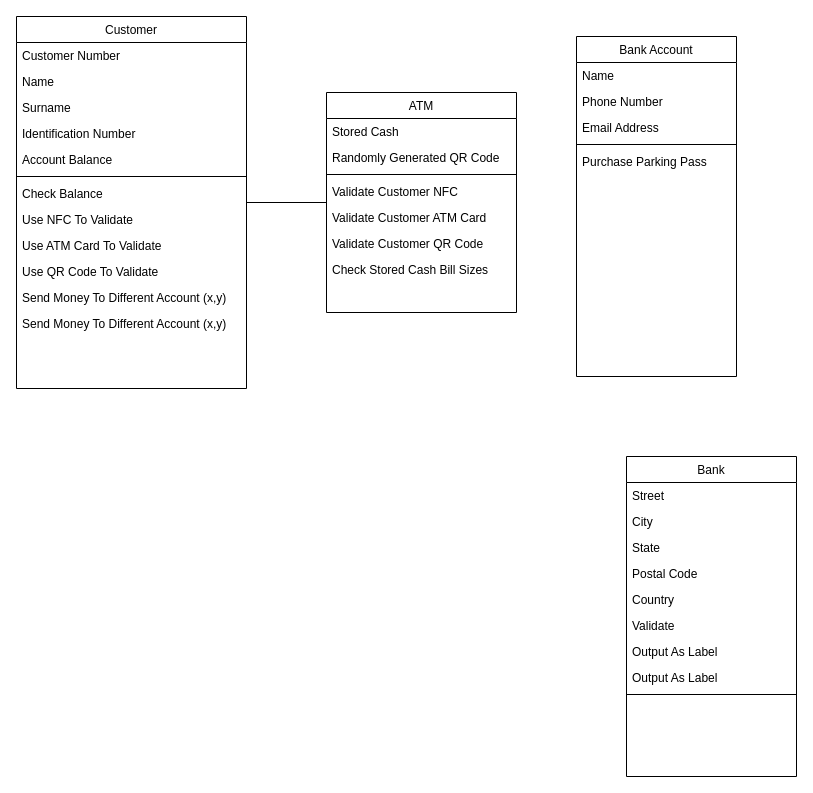
Earlier version of the draw.io diagram ClassDiagram.drawio (Theobourne/diagramsCS308). Source tidied: cells renumbered, new cells numbered last; positions are measured from the earlier drawing's top-left corner, leaving out a move shared by most shapes. Both pictures are drawn from the tidied source at 100%, with x=0, y=0 at pixel (16, 16).
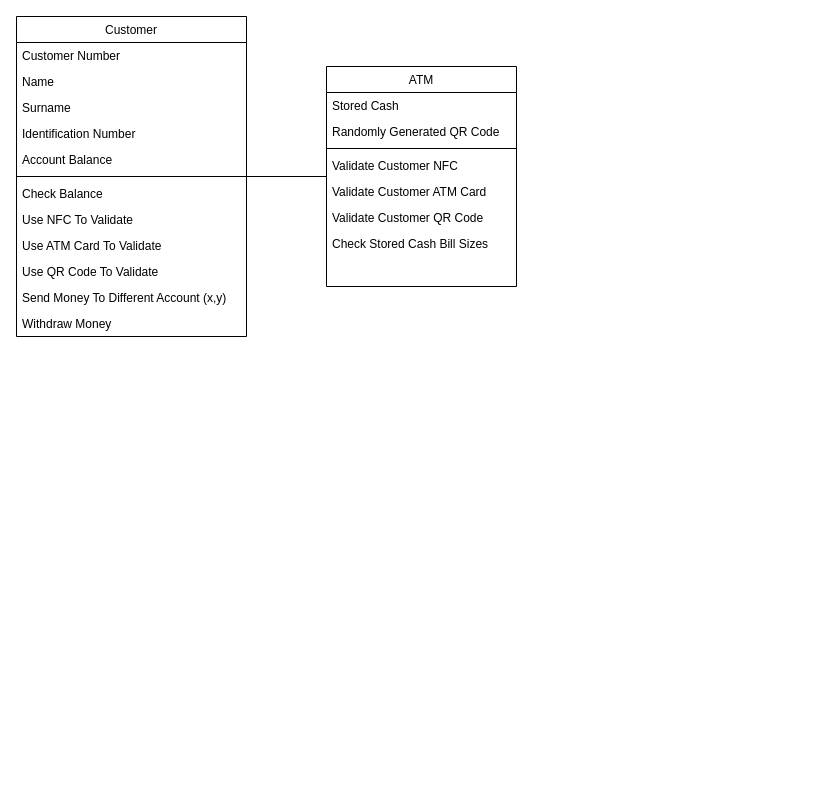
The same diagram, later.

Diff of the diagram source:
```diff
@@
-    <mxCell id="2" value="Bank Account" style="swimlane;fontStyle=0;align=center;verticalAlign=top;horizontal=1;startSize=26;rounded=0;shadow=0;strokeWidth=1;" parent="1" vertex="1">
-      <mxGeometry x="560" y="20" width="160" height="340" as="geometry" />
-    </mxCell>
-    <mxCell id="3" value="Name" style="text;align=left;verticalAlign=top;spacingLeft=4;spacingRight=4;overflow=hidden;" parent="2" vertex="1">
-      <mxGeometry y="26" width="160" height="26" as="geometry" />
-    </mxCell>
-    <mxCell id="4" value="Phone Number" style="text;align=left;verticalAlign=top;spacingLeft=4;spacingRight=4;overflow=hidden;rounded=0;shadow=0;html=0;" parent="2" vertex="1">
-      <mxGeometry y="52" width="160" height="26" as="geometry" />
-    </mxCell>
-    <mxCell id="5" value="Email Address" style="text;align=left;verticalAlign=top;spacingLeft=4;spacingRight=4;overflow=hidden;rounded=0;shadow=0;html=0;" parent="2" vertex="1">
-      <mxGeometry y="78" width="160" height="26" as="geometry" />
-    </mxCell>
-    <mxCell id="6" style="line;html=1;strokeWidth=1;align=left;verticalAlign=middle;spacingTop=-1;spacingLeft=3;spacingRight=3;labelPosition=right;" parent="2" vertex="1">
-      <mxGeometry y="104" width="160" height="8" as="geometry" />
-    </mxCell>
-    <mxCell id="7" value="Purchase Parking Pass" style="text;align=left;verticalAlign=top;spacingLeft=4;spacingRight=4;overflow=hidden;" parent="2" vertex="1">
-      <mxGeometry y="112" width="160" height="138" as="geometry" />
-    </mxCell>
     <mxCell id="8" value="Customer" style="swimlane;fontStyle=0;align=center;verticalAlign=top;horizontal=1;startSize=26;rounded=0;shadow=0;strokeWidth=1;" parent="1" vertex="1">
-      <mxGeometry width="230" height="372" as="geometry" />
+      <mxGeometry width="230" height="320" as="geometry" />
     </mxCell>
@@
-    <mxCell id="20" value="Send Money To Different Account (x,y)" style="text;align=left;verticalAlign=top;spacingLeft=4;spacingRight=4;overflow=hidden;" parent="8" vertex="1">
-      <mxGeometry y="294" width="230" height="26" as="geometry" />
-    </mxCell>
+    <mxCell id="40" value="Withdraw Money" style="text;align=left;verticalAlign=top;spacingLeft=4;spacingRight=4;overflow=hidden;" parent="8" vertex="1">
+      <mxGeometry y="294" width="230" height="26" as="geometry" />
+    </mxCell>
     <mxCell id="21" value="ATM" style="swimlane;fontStyle=0;align=center;verticalAlign=top;horizontal=1;startSize=26;rounded=0;shadow=0;strokeWidth=1;" parent="1" vertex="1">
-      <mxGeometry x="310" y="76" width="190" height="220" as="geometry" />
+      <mxGeometry x="310" y="50" width="190" height="220" as="geometry" />
     </mxCell>
@@
-    <mxCell id="29" value="Bank" style="swimlane;fontStyle=0;align=center;verticalAlign=top;horizontal=1;startSize=26;rounded=0;shadow=0;strokeWidth=1;" parent="1" vertex="1">
-      <mxGeometry x="610" y="440" width="170" height="320" as="geometry" />
-    </mxCell>
-    <mxCell id="30" value="Street" style="text;align=left;verticalAlign=top;spacingLeft=4;spacingRight=4;overflow=hidden;" parent="29" vertex="1">
-      <mxGeometry y="26" width="170" height="26" as="geometry" />
-    </mxCell>
-    <mxCell id="31" value="City" style="text;align=left;verticalAlign=top;spacingLeft=4;spacingRight=4;overflow=hidden;rounded=0;shadow=0;html=0;" parent="29" vertex="1">
-      <mxGeometry y="52" width="170" height="26" as="geometry" />
-    </mxCell>
-    <mxCell id="32" value="State" style="text;align=left;verticalAlign=top;spacingLeft=4;spacingRight=4;overflow=hidden;rounded=0;shadow=0;html=0;" parent="29" vertex="1">
-      <mxGeometry y="78" width="170" height="26" as="geometry" />
-    </mxCell>
-    <mxCell id="33" value="Postal Code" style="text;align=left;verticalAlign=top;spacingLeft=4;spacingRight=4;overflow=hidden;rounded=0;shadow=0;html=0;" parent="29" vertex="1">
-      <mxGeometry y="104" width="170" height="26" as="geometry" />
-    </mxCell>
-    <mxCell id="34" value="Country" style="text;align=left;verticalAlign=top;spacingLeft=4;spacingRight=4;overflow=hidden;rounded=0;shadow=0;html=0;" parent="29" vertex="1">
-      <mxGeometry y="130" width="170" height="26" as="geometry" />
-    </mxCell>
-    <mxCell id="35" value="Validate" style="text;align=left;verticalAlign=top;spacingLeft=4;spacingRight=4;overflow=hidden;" parent="29" vertex="1">
-      <mxGeometry y="156" width="170" height="26" as="geometry" />
-    </mxCell>
-    <mxCell id="36" value="Output As Label" style="text;align=left;verticalAlign=top;spacingLeft=4;spacingRight=4;overflow=hidden;" parent="29" vertex="1">
-      <mxGeometry y="182" width="170" height="26" as="geometry" />
-    </mxCell>
-    <mxCell id="37" value="Output As Label" style="text;align=left;verticalAlign=top;spacingLeft=4;spacingRight=4;overflow=hidden;" parent="29" vertex="1">
-      <mxGeometry y="208" width="170" height="26" as="geometry" />
-    </mxCell>
-    <mxCell id="38" style="line;html=1;strokeWidth=1;align=left;verticalAlign=middle;spacingTop=-1;spacingLeft=3;spacingRight=3;labelPosition=right;" parent="29" vertex="1">
-      <mxGeometry y="234" width="170" height="8" as="geometry" />
-    </mxCell>
```
